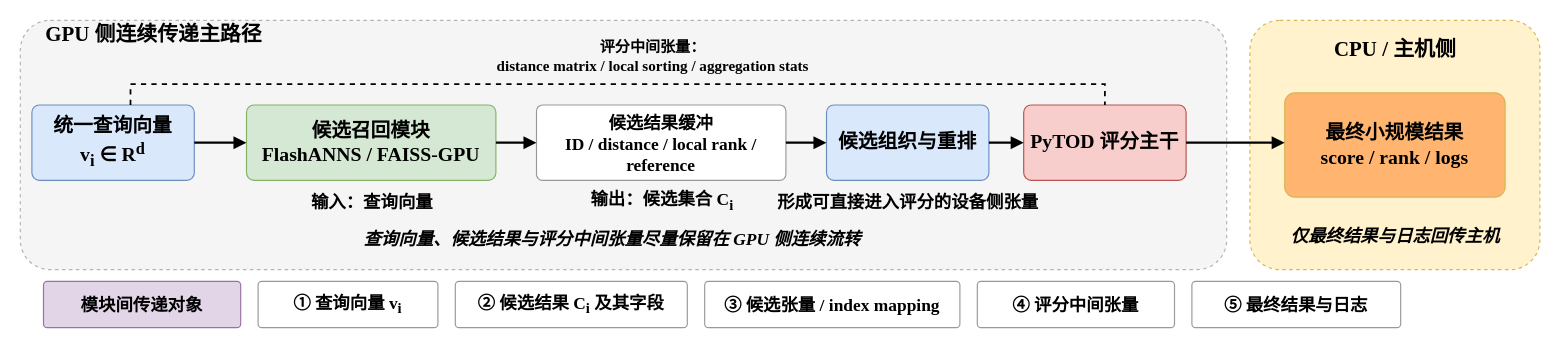
Before: figures/fig3_4_intermediate_results_transfer.drawio in HuangEven/latex-template, a draw.io diagram. Source tidied: cells renumbered, new cells numbered last; positions are measured from the earlier drawing's top-left corner, leaving out a move shared by most shapes. Both pictures are drawn from the tidied source at 116%, with x=0, y=0 at pixel (20, 20).
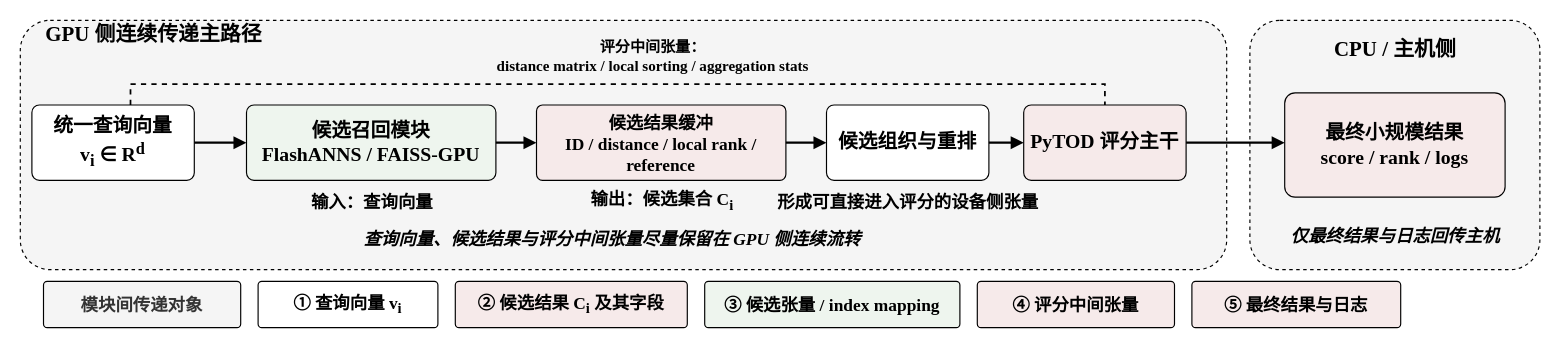
Above is the later version.

The edit, as a diff of the source:
```diff
@@
-    <mxCell id="2" style="rounded=1;whiteSpace=wrap;html=1;fillColor=#f5f5f5;strokeColor=#b3b3b3;dashed=1;arcSize=12;fontFamily=Times New Roman;fontColor=#000000;fontStyle=1;" parent="1" vertex="1">
+    <mxCell id="2" style="rounded=1;whiteSpace=wrap;html=1;fillColor=#f5f5f5;strokeColor=default;dashed=1;arcSize=12;fontFamily=Times New Roman;fontColor=#333333;fontStyle=1;" parent="1" vertex="1">
       <mxGeometry width="1040" height="215" as="geometry" />
     </mxCell>
-    <mxCell id="3" style="rounded=1;whiteSpace=wrap;html=1;fillColor=#fff2cc;strokeColor=#d6b656;dashed=1;arcSize=12;fontFamily=Times New Roman;fontColor=#000000;fontStyle=1;" parent="1" vertex="1">
+    <mxCell id="3" style="rounded=1;whiteSpace=wrap;html=1;fillColor=#f5f5f5;strokeColor=default;dashed=1;arcSize=12;fontFamily=Times New Roman;fontColor=#333333;fontStyle=1;" parent="1" vertex="1">
       <mxGeometry x="1060" width="250" height="215" as="geometry" />
     </mxCell>
@@
-    <mxCell id="6" value="统一查询向量&lt;br&gt;&lt;span&gt;v&lt;sub&gt;i&lt;/sub&gt; ∈ R&lt;sup&gt;d&lt;/sup&gt;&lt;/span&gt;" style="rounded=1;whiteSpace=wrap;html=1;arcSize=10;fillColor=#dae8fc;strokeColor=#6c8ebf;fontSize=17;fontStyle=1;fontFamily=Times New Roman;fontColor=#000000;" parent="1" vertex="1">
+    <mxCell id="6" value="统一查询向量&lt;br&gt;&lt;span&gt;v&lt;sub&gt;i&lt;/sub&gt; ∈ R&lt;sup&gt;d&lt;/sup&gt;&lt;/span&gt;" style="rounded=1;whiteSpace=wrap;html=1;arcSize=10;fillColor=#FFFFFF;strokeColor=#000000;fontSize=17;fontStyle=1;fontFamily=Times New Roman;fontColor=#000000;" parent="1" vertex="1">
       <mxGeometry x="10" y="73" width="140" height="65" as="geometry" />
     </mxCell>
-    <mxCell id="7" value="候选召回模块&lt;br&gt;&lt;span&gt;FlashANNS / FAISS-GPU&lt;/span&gt;" style="rounded=1;whiteSpace=wrap;html=1;arcSize=10;fillColor=#d5e8d4;strokeColor=#82b366;fontSize=17;fontStyle=1;fontFamily=Times New Roman;fontColor=#000000;" parent="1" vertex="1">
+    <mxCell id="7" value="候选召回模块&lt;br&gt;&lt;span&gt;FlashANNS / FAISS-GPU&lt;/span&gt;" style="rounded=1;whiteSpace=wrap;html=1;arcSize=10;fillColor=#EEF5EE;strokeColor=#000000;fontSize=17;fontStyle=1;fontFamily=Times New Roman;fontColor=#000000;" parent="1" vertex="1">
       <mxGeometry x="195" y="73" width="215" height="65" as="geometry" />
     </mxCell>
-    <mxCell id="8" value="候选结果缓冲&lt;br&gt;&lt;span&gt;ID / distance / local rank / reference&lt;/span&gt;" style="rounded=1;whiteSpace=wrap;html=1;arcSize=8;fillColor=#ffffff;strokeColor=#999999;fontSize=15;fontFamily=Times New Roman;fontColor=#000000;fontStyle=1;" parent="1" vertex="1">
+    <mxCell id="8" value="候选结果缓冲&lt;br&gt;&lt;span&gt;ID / distance / local rank / reference&lt;/span&gt;" style="rounded=1;whiteSpace=wrap;html=1;arcSize=8;fillColor=#F6EAEA;strokeColor=#000000;fontSize=15;fontFamily=Times New Roman;fontColor=#000000;fontStyle=1;" parent="1" vertex="1">
       <mxGeometry x="445" y="73" width="215" height="65" as="geometry" />
     </mxCell>
-    <mxCell id="9" value="候选组织与重排" style="rounded=1;whiteSpace=wrap;html=1;arcSize=10;fillColor=#dae8fc;strokeColor=#6c8ebf;fontSize=17;fontStyle=1;fontFamily=Times New Roman;fontColor=#000000;" parent="1" vertex="1">
+    <mxCell id="9" value="候选组织与重排" style="rounded=1;whiteSpace=wrap;html=1;arcSize=10;fillColor=#FFFFFF;strokeColor=#000000;fontSize=17;fontStyle=1;fontFamily=Times New Roman;fontColor=#000000;" parent="1" vertex="1">
       <mxGeometry x="695" y="73" width="140" height="65" as="geometry" />
     </mxCell>
-    <mxCell id="10" value="PyTOD 评分主干" style="rounded=1;whiteSpace=wrap;html=1;arcSize=10;fillColor=#f8cecc;strokeColor=#b85450;fontSize=17;fontStyle=1;fontFamily=Times New Roman;fontColor=#000000;" parent="1" vertex="1">
+    <mxCell id="10" value="PyTOD 评分主干" style="rounded=1;whiteSpace=wrap;html=1;arcSize=10;fillColor=#F6EAEA;strokeColor=#000000;fontSize=17;fontStyle=1;fontFamily=Times New Roman;fontColor=#000000;" parent="1" vertex="1">
       <mxGeometry x="865" y="73" width="140" height="65" as="geometry" />
     </mxCell>
-    <mxCell id="11" value="最终小规模结果&lt;br&gt;&lt;span&gt;score / rank / logs&lt;/span&gt;" style="rounded=1;whiteSpace=wrap;html=1;arcSize=10;fillColor=#FFB570;strokeColor=#d6b656;fontSize=17;fontStyle=1;fontFamily=Times New Roman;fontColor=#000000;" parent="1" vertex="1">
+    <mxCell id="11" value="最终小规模结果&lt;br&gt;&lt;span&gt;score / rank / logs&lt;/span&gt;" style="rounded=1;whiteSpace=wrap;html=1;arcSize=10;fillColor=#F6EAEA;strokeColor=#000000;fontSize=17;fontStyle=1;fontFamily=Times New Roman;fontColor=#000000;" parent="1" vertex="1">
       <mxGeometry x="1090" y="62.5" width="190" height="90" as="geometry" />
     </mxCell>
@@
-    <mxCell id="24" value="模块间传递对象" style="rounded=1;whiteSpace=wrap;html=1;arcSize=8;fillColor=#e1d5e7;strokeColor=#9673a6;fontSize=15;fontStyle=1;fontFamily=Times New Roman;fontColor=#000000;" parent="1" vertex="1">
+    <mxCell id="24" value="模块间传递对象" style="rounded=1;whiteSpace=wrap;html=1;arcSize=8;fillColor=#f5f5f5;strokeColor=#000000;fontSize=15;fontStyle=1;fontFamily=Times New Roman;fontColor=#333333;" parent="1" vertex="1">
       <mxGeometry x="20" y="225" width="170" height="40" as="geometry" />
     </mxCell>
-    <mxCell id="25" value="① 查询向量 v&lt;sub&gt;i&lt;/sub&gt;" style="rounded=1;whiteSpace=wrap;html=1;arcSize=8;fillColor=#ffffff;strokeColor=#999999;fontSize=15;fontFamily=Times New Roman;fontColor=#000000;fontStyle=1;" parent="1" vertex="1">
+    <mxCell id="25" value="① 查询向量 v&lt;sub&gt;i&lt;/sub&gt;" style="rounded=1;whiteSpace=wrap;html=1;arcSize=8;fillColor=#FFFFFF;strokeColor=#000000;fontSize=15;fontFamily=Times New Roman;fontColor=#000000;fontStyle=1;" parent="1" vertex="1">
       <mxGeometry x="205" y="225" width="155" height="40" as="geometry" />
     </mxCell>
-    <mxCell id="26" value="② 候选结果 C&lt;sub&gt;i&lt;/sub&gt; 及其字段" style="rounded=1;whiteSpace=wrap;html=1;arcSize=8;fillColor=#ffffff;strokeColor=#999999;fontSize=15;fontFamily=Times New Roman;fontColor=#000000;fontStyle=1;" parent="1" vertex="1">
+    <mxCell id="26" value="② 候选结果 C&lt;sub&gt;i&lt;/sub&gt; 及其字段" style="rounded=1;whiteSpace=wrap;html=1;arcSize=8;fillColor=#F6EAEA;strokeColor=#000000;fontSize=15;fontFamily=Times New Roman;fontColor=#000000;fontStyle=1;" parent="1" vertex="1">
       <mxGeometry x="375" y="225" width="200" height="40" as="geometry" />
     </mxCell>
-    <mxCell id="27" value="③ 候选张量 / index mapping" style="rounded=1;whiteSpace=wrap;html=1;arcSize=8;fillColor=#ffffff;strokeColor=#999999;fontSize=15;fontFamily=Times New Roman;fontColor=#000000;fontStyle=1;" parent="1" vertex="1">
+    <mxCell id="27" value="③ 候选张量 / index mapping" style="rounded=1;whiteSpace=wrap;html=1;arcSize=8;fillColor=#EEF5EE;strokeColor=#000000;fontSize=15;fontFamily=Times New Roman;fontColor=#000000;fontStyle=1;" parent="1" vertex="1">
       <mxGeometry x="590" y="225" width="220" height="40" as="geometry" />
     </mxCell>
-    <mxCell id="28" value="④ 评分中间张量" style="rounded=1;whiteSpace=wrap;html=1;arcSize=8;fillColor=#ffffff;strokeColor=#999999;fontSize=15;fontFamily=Times New Roman;fontColor=#000000;fontStyle=1;" parent="1" vertex="1">
+    <mxCell id="28" value="④ 评分中间张量" style="rounded=1;whiteSpace=wrap;html=1;arcSize=8;fillColor=#F6EAEA;strokeColor=#000000;fontSize=15;fontFamily=Times New Roman;fontColor=#000000;fontStyle=1;" parent="1" vertex="1">
       <mxGeometry x="825" y="225" width="170" height="40" as="geometry" />
     </mxCell>
-    <mxCell id="29" value="⑤ 最终结果与日志" style="rounded=1;whiteSpace=wrap;html=1;arcSize=8;fillColor=#ffffff;strokeColor=#999999;fontSize=15;fontFamily=Times New Roman;fontColor=#000000;fontStyle=1;" parent="1" vertex="1">
+    <mxCell id="29" value="⑤ 最终结果与日志" style="rounded=1;whiteSpace=wrap;html=1;arcSize=8;fillColor=#F6EAEA;strokeColor=#000000;fontSize=15;fontFamily=Times New Roman;fontColor=#000000;fontStyle=1;" parent="1" vertex="1">
       <mxGeometry x="1010" y="225" width="180" height="40" as="geometry" />
     </mxCell>
```
